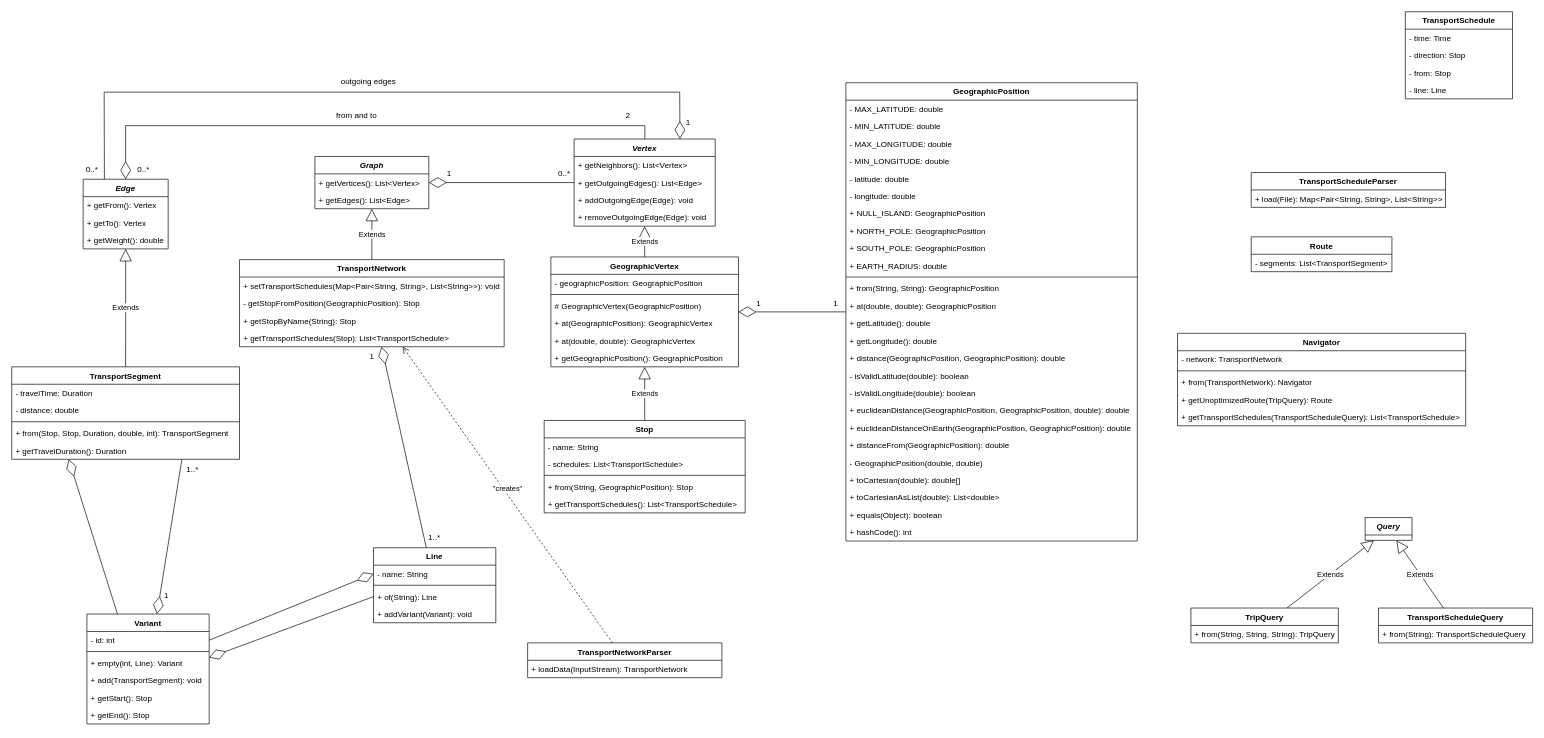
The draw.io diagram diagrams/model.drawio in adrian-heouairi/MoriaMap, before the edit. Source tidied: cells renumbered, new cells numbered last; positions are measured from the earlier drawing's top-left corner, leaving out a move shared by most shapes. Both pictures are drawn from the tidied source at 67%, with x=0, y=0 at pixel (11, 11).
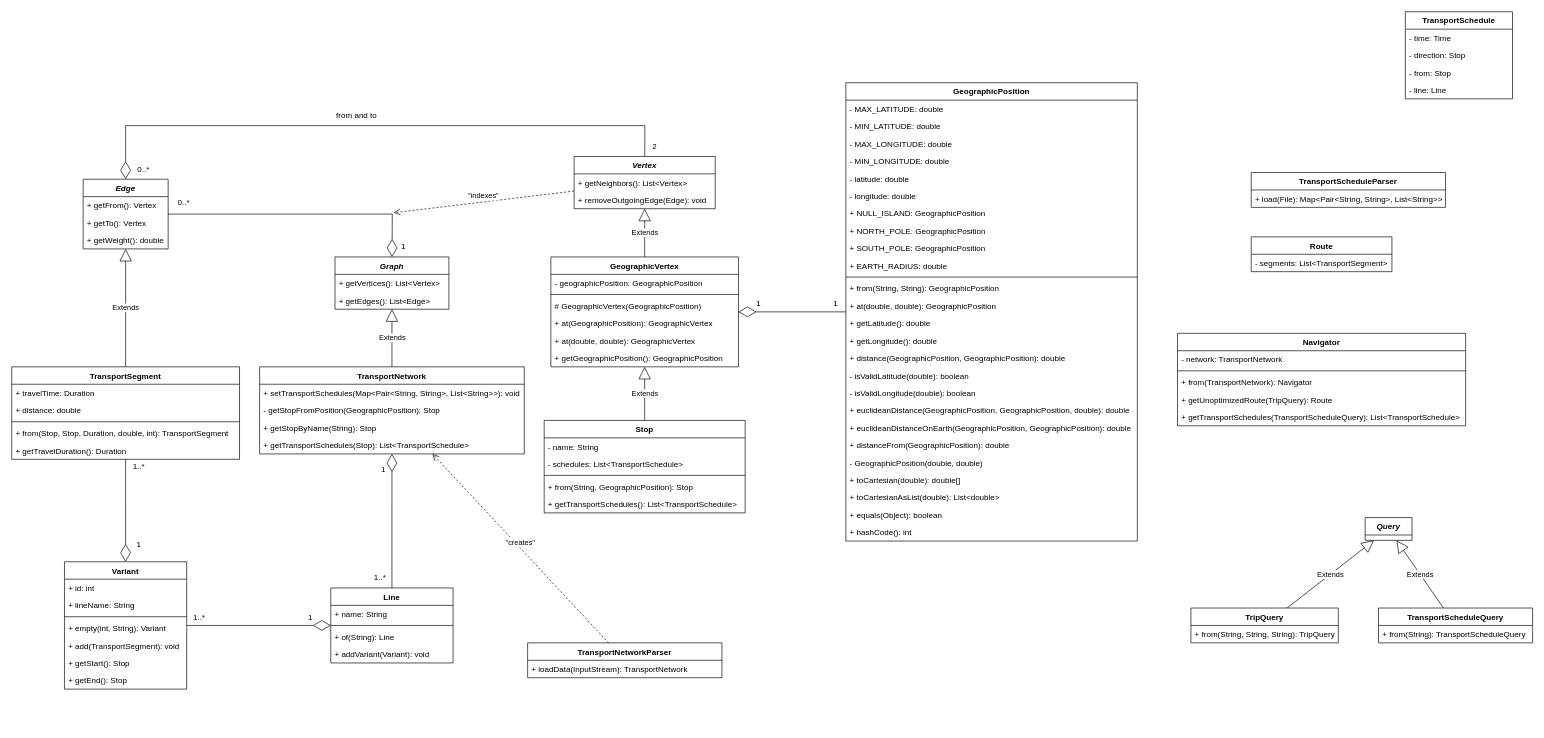
After the change.

Unchanged cells that the change refers to:
```xml
<mxCell id="66" value="Edge" style="swimlane;fontStyle=3;align=center;verticalAlign=top;horizontal=1;startSize=26;" parent="1" vertex="1">
  <mxGeometry x="106.6" y="250" width="126.9" height="104" as="geometry" />
</mxCell>
<mxCell id="70" value="TransportSegment" style="swimlane;fontStyle=1;align=center;verticalAlign=top;horizontal=1;startSize=26;" parent="1" vertex="1">
  <mxGeometry y="530" width="340" height="138" as="geometry" />
</mxCell>
<mxCell id="75" value="+ getTravelDuration(): Duration" style="text;strokeColor=none;fillColor=none;align=left;verticalAlign=top;spacingLeft=4;spacingRight=4;overflow=hidden;points=[[0,0.5],[1,0.5]];portConstraint=eastwest;" parent="70" vertex="1">
  <mxGeometry y="112" width="340" height="26" as="geometry" />
</mxCell>
<mxCell id="124" value="+ of(String): Line" style="text;strokeColor=none;fillColor=none;align=left;verticalAlign=top;spacingLeft=4;spacingRight=4;overflow=hidden;points=[[0,0.5],[1,0.5]];portConstraint=eastwest;" parent="121" vertex="1">
  <mxGeometry y="60" width="182.5" height="26" as="geometry" />
</mxCell>
```

What changed in the source:
```diff
@@
     <mxCell id="2" value="Graph" style="swimlane;fontStyle=3;align=center;verticalAlign=top;horizontal=1;startSize=26;" parent="1" vertex="1">
-      <mxGeometry x="452.5" y="216" width="170" height="78" as="geometry" />
+      <mxGeometry x="482.5" y="366" width="170" height="78" as="geometry" />
     </mxCell>
@@
     <mxCell id="7" value="TransportNetwork" style="swimlane;fontStyle=1;align=center;verticalAlign=top;horizontal=1;startSize=26;" parent="1" vertex="1">
-      <mxGeometry x="340" y="370" width="395" height="130" as="geometry" />
+      <mxGeometry x="370" y="530" width="395" height="130" as="geometry" />
     </mxCell>
@@
     <mxCell id="24" value="Vertex" style="swimlane;fontStyle=3;align=center;verticalAlign=top;horizontal=1;startSize=26;" parent="1" vertex="1">
-      <mxGeometry x="839.4" y="190" width="210.6" height="130" as="geometry" />
+      <mxGeometry x="839.4" y="216" width="210.6" height="78" as="geometry" />
     </mxCell>
@@
-    <mxCell id="26" value="+ getOutgoingEdges(): List&lt;Edge&gt;" style="text;strokeColor=none;fillColor=none;align=left;verticalAlign=top;spacingLeft=4;spacingRight=4;overflow=hidden;" parent="24" vertex="1">
-      <mxGeometry y="52" width="210.6" height="26" as="geometry" />
-    </mxCell>
-    <mxCell id="27" value="+ addOutgoingEdge(Edge): void" style="text;strokeColor=none;fillColor=none;align=left;verticalAlign=top;spacingLeft=4;spacingRight=4;overflow=hidden;" parent="24" vertex="1">
-      <mxGeometry y="78" width="210.6" height="26" as="geometry" />
-    </mxCell>
     <mxCell id="28" value="+ removeOutgoingEdge(Edge): void" style="text;strokeColor=none;fillColor=none;align=left;verticalAlign=top;spacingLeft=4;spacingRight=4;overflow=hidden;" parent="24" vertex="1">
-      <mxGeometry y="104" width="210.6" height="26" as="geometry" />
+      <mxGeometry y="52" width="210.6" height="26" as="geometry" />
     </mxCell>
@@
-    <mxCell id="71" value="- travelTime: Duration" style="text;strokeColor=none;fillColor=none;align=left;verticalAlign=top;spacingLeft=4;spacingRight=4;overflow=hidden;" parent="70" vertex="1">
+    <mxCell id="71" value="+ travelTime: Duration" style="text;strokeColor=none;fillColor=none;align=left;verticalAlign=top;spacingLeft=4;spacingRight=4;overflow=hidden;" parent="70" vertex="1">
       <mxGeometry y="26" width="340" height="26" as="geometry" />
     </mxCell>
-    <mxCell id="72" value="- distance: double" style="text;strokeColor=none;fillColor=none;align=left;verticalAlign=top;spacingLeft=4;spacingRight=4;overflow=hidden;" parent="70" vertex="1">
+    <mxCell id="72" value="+ distance: double" style="text;strokeColor=none;fillColor=none;align=left;verticalAlign=top;spacingLeft=4;spacingRight=4;overflow=hidden;" parent="70" vertex="1">
       <mxGeometry y="52" width="340" height="26" as="geometry" />
     </mxCell>
@@
-    <mxCell id="96" value="1" style="text;html=1;strokeColor=none;fillColor=none;align=center;verticalAlign=middle;whiteSpace=wrap;rounded=0;" parent="1" vertex="1">
-      <mxGeometry x="622.5" y="227" width="60" height="30" as="geometry" />
-    </mxCell>
-    <mxCell id="97" value="0..*" style="text;html=1;strokeColor=none;fillColor=none;align=center;verticalAlign=middle;whiteSpace=wrap;rounded=0;" parent="1" vertex="1">
-      <mxGeometry x="794.7" y="227" width="60" height="30" as="geometry" />
-    </mxCell>
@@
     <mxCell id="100" value="2" style="text;html=1;strokeColor=none;fillColor=none;align=center;verticalAlign=middle;whiteSpace=wrap;rounded=0;" parent="1" vertex="1">
-      <mxGeometry x="890" y="140" width="60" height="30" as="geometry" />
+      <mxGeometry x="930" y="186" width="60" height="30" as="geometry" />
     </mxCell>
@@
     <mxCell id="102" value="Variant" style="swimlane;fontStyle=1;align=center;verticalAlign=top;horizontal=1;startSize=26;" parent="1" vertex="1">
-      <mxGeometry x="112.2" y="899" width="182.5" height="164" as="geometry" />
+      <mxGeometry x="78.7" y="821" width="182.5" height="190" as="geometry" />
     </mxCell>
-    <mxCell id="103" value="- id: int" style="text;strokeColor=none;fillColor=none;align=left;verticalAlign=top;spacingLeft=4;spacingRight=4;overflow=hidden;points=[[0,0.5],[1,0.5]];portConstraint=eastwest;" parent="102" vertex="1">
+    <mxCell id="103" value="+ id: int" style="text;strokeColor=none;fillColor=none;align=left;verticalAlign=top;spacingLeft=4;spacingRight=4;overflow=hidden;points=[[0,0.5],[1,0.5]];portConstraint=eastwest;" parent="102" vertex="1">
       <mxGeometry y="26" width="182.5" height="26" as="geometry" />
     </mxCell>
+    <mxCell id="129" value="+ lineName: String" style="text;strokeColor=none;fillColor=none;align=left;verticalAlign=top;spacingLeft=4;spacingRight=4;overflow=hidden;" parent="102" vertex="1">
+      <mxGeometry y="52" width="182.5" height="26" as="geometry" />
+    </mxCell>
     <mxCell id="104" style="line;strokeWidth=1;fillColor=none;align=left;verticalAlign=middle;spacingTop=-1;spacingLeft=3;spacingRight=3;labelPosition=right;strokeColor=inherit;" parent="102" vertex="1">
-      <mxGeometry y="52" width="182.5" height="8" as="geometry" />
+      <mxGeometry y="78" width="182.5" height="8" as="geometry" />
     </mxCell>
-    <mxCell id="105" value="+ empty(int, Line): Variant" style="text;strokeColor=none;fillColor=none;align=left;verticalAlign=top;spacingLeft=4;spacingRight=4;overflow=hidden;" parent="102" vertex="1">
-      <mxGeometry y="60" width="182.5" height="26" as="geometry" />
+    <mxCell id="105" value="+ empty(int, String): Variant" style="text;strokeColor=none;fillColor=none;align=left;verticalAlign=top;spacingLeft=4;spacingRight=4;overflow=hidden;" parent="102" vertex="1">
+      <mxGeometry y="86" width="182.5" height="26" as="geometry" />
     </mxCell>
     <mxCell id="106" value="+ add(TransportSegment): void" style="text;strokeColor=none;fillColor=none;align=left;verticalAlign=top;spacingLeft=4;spacingRight=4;overflow=hidden;" parent="102" vertex="1">
-      <mxGeometry y="86" width="182.5" height="26" as="geometry" />
+      <mxGeometry y="112" width="182.5" height="26" as="geometry" />
     </mxCell>
     <mxCell id="107" value="+ getStart(): Stop" style="text;strokeColor=none;fillColor=none;align=left;verticalAlign=top;spacingLeft=4;spacingRight=4;overflow=hidden;" parent="102" vertex="1">
-      <mxGeometry y="112" width="182.5" height="26" as="geometry" />
+      <mxGeometry y="138" width="182.5" height="26" as="geometry" />
     </mxCell>
     <mxCell id="108" value="+ getEnd(): Stop" style="text;strokeColor=none;fillColor=none;align=left;verticalAlign=top;spacingLeft=4;spacingRight=4;overflow=hidden;" parent="102" vertex="1">
-      <mxGeometry y="138" width="182.5" height="26" as="geometry" />
+      <mxGeometry y="164" width="182.5" height="26" as="geometry" />
     </mxCell>
@@
     <mxCell id="110" value="1..*" style="text;html=1;strokeColor=none;fillColor=none;align=center;verticalAlign=middle;whiteSpace=wrap;rounded=0;" parent="1" vertex="1">
-      <mxGeometry x="240" y="668" width="60" height="30" as="geometry" />
+      <mxGeometry x="160" y="664" width="60" height="30" as="geometry" />
     </mxCell>
     <mxCell id="111" value="1" style="text;html=1;strokeColor=none;fillColor=none;align=center;verticalAlign=middle;whiteSpace=wrap;rounded=0;" parent="1" vertex="1">
-      <mxGeometry x="201.2" y="856" width="60" height="30" as="geometry" />
+      <mxGeometry x="160" y="780" width="60" height="30" as="geometry" />
     </mxCell>
-    <mxCell id="112" value="outgoing edges" style="text;html=1;strokeColor=none;fillColor=none;align=center;verticalAlign=middle;whiteSpace=wrap;rounded=0;" parent="1" vertex="1">
-      <mxGeometry x="485" y="90" width="95" height="30" as="geometry" />
-    </mxCell>
-    <mxCell id="113" style="endArrow=diamondThin;endFill=0;endSize=24;html=1;rounded=0;entryX=0.75;entryY=0;entryDx=0;entryDy=0;exitX=0.25;exitY=0;exitDx=0;exitDy=0;" parent="1" edge="1" source="66" target="24">
-      <mxGeometry relative="1" as="geometry">
-        <Array as="points">
-          <mxPoint x="138" y="120" />
-          <mxPoint x="997" y="120" />
-        </Array>
-      </mxGeometry>
-    </mxCell>
-    <mxCell id="114" value="1" style="text;html=1;strokeColor=none;fillColor=none;align=center;verticalAlign=middle;whiteSpace=wrap;rounded=0;" parent="1" vertex="1">
-      <mxGeometry x="980" y="150" width="60" height="30" as="geometry" />
-    </mxCell>
-    <mxCell id="115" value="0..*" style="text;html=1;strokeColor=none;fillColor=none;align=center;verticalAlign=middle;whiteSpace=wrap;rounded=0;" parent="1" vertex="1">
-      <mxGeometry x="90" y="220" width="60" height="30" as="geometry" />
-    </mxCell>
-    <mxCell id="116" style="endArrow=diamondThin;endFill=0;endSize=24;html=1;rounded=0;" parent="1" edge="1" source="24" target="2">
-      <mxGeometry relative="1" as="geometry" />
-    </mxCell>
-    <mxCell id="117" style="endArrow=diamondThin;endFill=0;endSize=24;html=1;rounded=0;exitX=0.747;exitY=1;exitDx=0;exitDy=0;exitPerimeter=0;" parent="1" edge="1" source="75" target="102">
+    <mxCell id="117" style="endArrow=diamondThin;endFill=0;endSize=24;html=1;rounded=0;" parent="1" edge="1" source="70" target="102">
       <mxGeometry relative="1" as="geometry" />
     </mxCell>
@@
     <mxCell id="119" value="1" style="text;html=1;strokeColor=none;fillColor=none;align=center;verticalAlign=middle;whiteSpace=wrap;rounded=0;" parent="1" vertex="1">
-      <mxGeometry x="507.5" y="500" width="60" height="30" as="geometry" />
+      <mxGeometry x="525" y="668" width="60" height="30" as="geometry" />
     </mxCell>
     <mxCell id="120" value="1..*" style="text;html=1;strokeColor=none;fillColor=none;align=center;verticalAlign=middle;whiteSpace=wrap;rounded=0;" parent="1" vertex="1">
-      <mxGeometry x="601.2" y="770" width="60" height="30" as="geometry" />
+      <mxGeometry x="520" y="830" width="60" height="30" as="geometry" />
     </mxCell>
     <mxCell id="121" value="Line" style="swimlane;fontStyle=1;align=center;verticalAlign=top;horizontal=1;startSize=26;" parent="1" vertex="1">
-      <mxGeometry x="540" y="800" width="182.5" height="112" as="geometry" />
+      <mxGeometry x="476.2" y="860" width="182.5" height="112" as="geometry" />
     </mxCell>
-    <mxCell id="122" value="- name: String" style="text;strokeColor=none;fillColor=none;align=left;verticalAlign=top;spacingLeft=4;spacingRight=4;overflow=hidden;points=[[0,0.5],[1,0.5]];portConstraint=eastwest;" parent="121" vertex="1">
+    <mxCell id="122" value="+ name: String" style="text;strokeColor=none;fillColor=none;align=left;verticalAlign=top;spacingLeft=4;spacingRight=4;overflow=hidden;points=[[0,0.5],[1,0.5]];portConstraint=eastwest;" parent="121" vertex="1">
       <mxGeometry y="26" width="182.5" height="26" as="geometry" />
     </mxCell>
@@
-    <mxCell id="126" style="endArrow=diamondThin;endFill=0;endSize=24;html=1;rounded=0;exitX=1;exitY=0.5;exitDx=0;exitDy=0;entryX=0;entryY=0.5;entryDx=0;entryDy=0;" parent="1" edge="1" source="103" target="122">
+    <mxCell id="126" style="endArrow=diamondThin;endFill=0;endSize=24;html=1;rounded=0;" parent="1" edge="1" source="102" target="121">
       <mxGeometry relative="1" as="geometry" />
     </mxCell>
-    <mxCell id="127" style="endArrow=diamondThin;endFill=0;endSize=24;html=1;rounded=0;exitX=0;exitY=0.5;exitDx=0;exitDy=0;entryX=1;entryY=0.5;entryDx=0;entryDy=0;" parent="1" edge="1" source="124">
-      <mxGeometry relative="1" as="geometry">
-        <mxPoint x="294.7" y="964" as="targetPoint" />
-      </mxGeometry>
-    </mxCell>
-    <mxCell id="128" style="endArrow=diamondThin;endFill=0;endSize=24;html=1;rounded=0;exitX=0.25;exitY=0;exitDx=0;exitDy=0;entryX=0.25;entryY=1;entryDx=0;entryDy=0;entryPerimeter=0;" parent="1" edge="1" source="102" target="75">
-      <mxGeometry relative="1" as="geometry" />
-    </mxCell>
+    <mxCell id="130" value="1" style="text;html=1;strokeColor=none;fillColor=none;align=center;verticalAlign=middle;whiteSpace=wrap;rounded=0;" parent="1" vertex="1">
+      <mxGeometry x="416.2" y="890" width="60" height="30" as="geometry" />
+    </mxCell>
+    <mxCell id="131" value="1..*" style="text;html=1;strokeColor=none;fillColor=none;align=center;verticalAlign=middle;whiteSpace=wrap;rounded=0;" parent="1" vertex="1">
+      <mxGeometry x="250" y="890" width="60" height="30" as="geometry" />
+    </mxCell>
+    <mxCell id="132" style="endArrow=diamondThin;endFill=0;endSize=24;html=1;rounded=0;" parent="1" edge="1" source="66" target="2">
+      <mxGeometry relative="1" as="geometry">
+        <Array as="points">
+          <mxPoint x="568" y="302" />
+        </Array>
+      </mxGeometry>
+    </mxCell>
+    <mxCell id="133" value="1" style="text;html=1;strokeColor=none;fillColor=none;align=center;verticalAlign=middle;whiteSpace=wrap;rounded=0;" parent="1" vertex="1">
+      <mxGeometry x="555" y="336" width="60" height="30" as="geometry" />
+    </mxCell>
+    <mxCell id="134" value="0..*" style="text;html=1;strokeColor=none;fillColor=none;align=center;verticalAlign=middle;whiteSpace=wrap;rounded=0;" parent="1" vertex="1">
+      <mxGeometry x="226.9" y="270" width="60" height="30" as="geometry" />
+    </mxCell>
+    <mxCell id="135" value="&quot;indexes&quot;" style="html=1;verticalAlign=bottom;endArrow=open;dashed=1;endSize=8;rounded=0;" parent="1" edge="1" source="24">
+      <mxGeometry relative="1" as="geometry">
+        <mxPoint x="570" y="300" as="targetPoint" />
+      </mxGeometry>
+    </mxCell>
```
